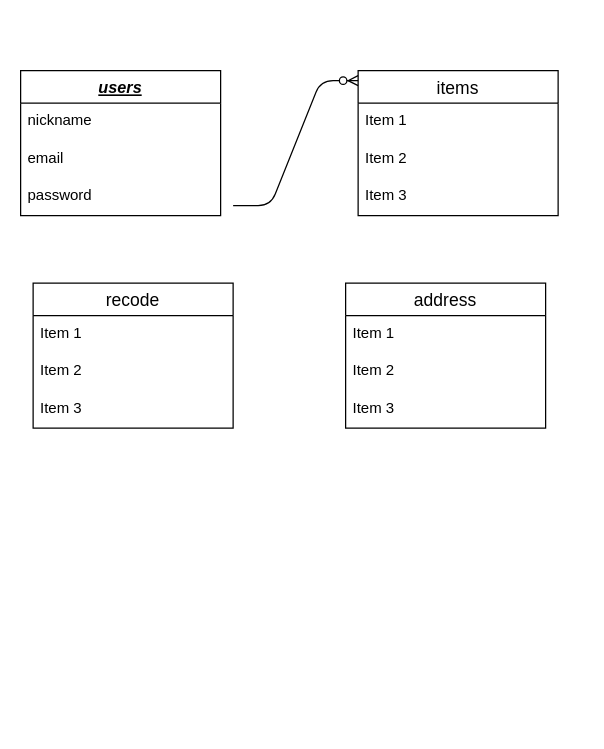
Above: test.dio in soka50/furima-28218 (draw.io), before the change. Source tidied: cells renumbered, new cells numbered last; positions are measured from the earlier drawing's top-left corner, leaving out a move shared by most shapes. Both pictures are drawn from the tidied source at 125%, with x=0, y=0 at pixel (20, 70).
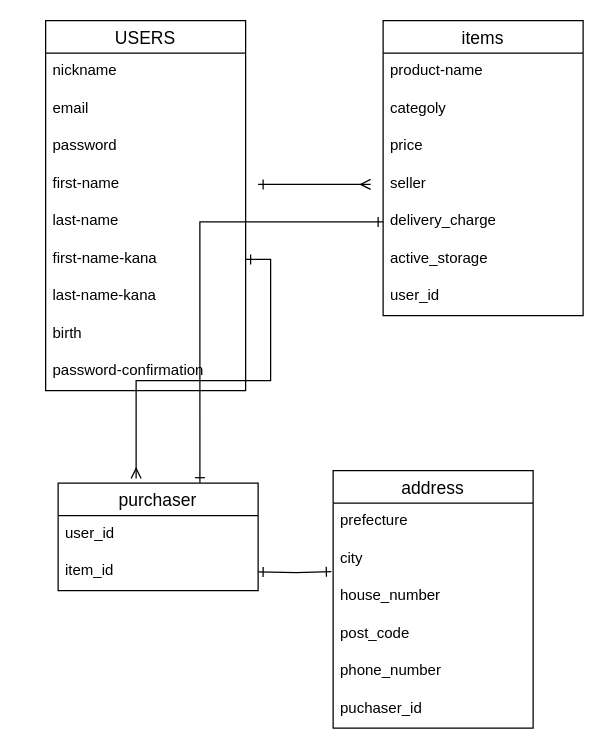
The same diagram, later.

Commit message (it also covers changes not shown here):
READMEにテーブル情報を記述

Diff of the diagram source:
```diff
@@
-    <mxCell id="2" value="users" style="swimlane;fontStyle=7;horizontal=1;startSize=26;align=center;fontSize=13;" parent="1" vertex="1">
-      <mxGeometry width="160" height="116" as="geometry" />
-    </mxCell>
+    <mxCell id="19" value="USERS" style="swimlane;fontStyle=0;horizontal=1;startSize=26;align=center;fontSize=14;" parent="1" vertex="1">
+      <mxGeometry x="20" y="-40" width="160" height="296" as="geometry" />
+    </mxCell>
-    <mxCell id="3" value="nickname" style="text;strokeColor=none;fillColor=none;spacingLeft=4;spacingRight=4;overflow=hidden;fontSize=12;" parent="2" vertex="1">
+    <mxCell id="3" value="nickname&#10;" style="text;strokeColor=none;fillColor=none;spacingLeft=4;spacingRight=4;overflow=hidden;fontSize=12;" parent="19" vertex="1">
       <mxGeometry y="26" width="160" height="30" as="geometry" />
     </mxCell>
-    <mxCell id="4" value="email" style="text;strokeColor=none;fillColor=none;spacingLeft=4;spacingRight=4;overflow=hidden;fontSize=12;" parent="2" vertex="1">
+    <mxCell id="4" value="email" style="text;strokeColor=none;fillColor=none;spacingLeft=4;spacingRight=4;overflow=hidden;fontSize=12;" parent="19" vertex="1">
       <mxGeometry y="56" width="160" height="30" as="geometry" />
     </mxCell>
-    <mxCell id="5" value="password" style="text;strokeColor=none;fillColor=none;spacingLeft=4;spacingRight=4;overflow=hidden;fontSize=12;" parent="2" vertex="1">
+    <mxCell id="5" value="password" style="text;strokeColor=none;fillColor=none;spacingLeft=4;spacingRight=4;overflow=hidden;fontSize=12;" parent="19" vertex="1">
       <mxGeometry y="86" width="160" height="30" as="geometry" />
     </mxCell>
-    <mxCell id="6" value="recode" style="swimlane;fontStyle=0;horizontal=1;startSize=26;align=center;fontSize=14;" parent="1" vertex="1">
-      <mxGeometry x="10" y="170" width="160" height="116" as="geometry" />
-    </mxCell>
-    <mxCell id="7" value="Item 1" style="text;strokeColor=none;fillColor=none;spacingLeft=4;spacingRight=4;overflow=hidden;fontSize=12;" parent="6" vertex="1">
-      <mxGeometry y="26" width="160" height="30" as="geometry" />
-    </mxCell>
-    <mxCell id="8" value="Item 2" style="text;strokeColor=none;fillColor=none;spacingLeft=4;spacingRight=4;overflow=hidden;fontSize=12;" parent="6" vertex="1">
-      <mxGeometry y="56" width="160" height="30" as="geometry" />
-    </mxCell>
-    <mxCell id="9" value="Item 3" style="text;strokeColor=none;fillColor=none;spacingLeft=4;spacingRight=4;overflow=hidden;fontSize=12;" parent="6" vertex="1">
-      <mxGeometry y="86" width="160" height="30" as="geometry" />
-    </mxCell>
+    <mxCell id="20" value="first-name" style="text;strokeColor=none;fillColor=none;spacingLeft=4;spacingRight=4;overflow=hidden;fontSize=12;" parent="19" vertex="1">
+      <mxGeometry y="116" width="160" height="30" as="geometry" />
+    </mxCell>
+    <mxCell id="21" value="last-name" style="text;strokeColor=none;fillColor=none;spacingLeft=4;spacingRight=4;overflow=hidden;fontSize=12;" parent="19" vertex="1">
+      <mxGeometry y="146" width="160" height="30" as="geometry" />
+    </mxCell>
+    <mxCell id="22" value="first-name-kana" style="text;strokeColor=none;fillColor=none;spacingLeft=4;spacingRight=4;overflow=hidden;points=[[0,0.5],[1,0.5]];portConstraint=eastwest;fontSize=12;" parent="19" vertex="1">
+      <mxGeometry y="176" width="160" height="30" as="geometry" />
+    </mxCell>
+    <mxCell id="23" value="last-name-kana" style="text;strokeColor=none;fillColor=none;spacingLeft=4;spacingRight=4;overflow=hidden;fontSize=12;" parent="19" vertex="1">
+      <mxGeometry y="206" width="160" height="30" as="geometry" />
+    </mxCell>
+    <mxCell id="24" value="birth" style="text;strokeColor=none;fillColor=none;spacingLeft=4;spacingRight=4;overflow=hidden;fontSize=12;" parent="19" vertex="1">
+      <mxGeometry y="236" width="160" height="30" as="geometry" />
+    </mxCell>
+    <mxCell id="25" value="password-confirmation" style="text;strokeColor=none;fillColor=none;spacingLeft=4;spacingRight=4;overflow=hidden;fontSize=12;" parent="19" vertex="1">
+      <mxGeometry y="266" width="160" height="30" as="geometry" />
+    </mxCell>
+    <mxCell id="14" value="items" style="swimlane;fontStyle=0;horizontal=1;startSize=26;align=center;fontSize=14;" parent="1" vertex="1">
+      <mxGeometry x="290" y="-40" width="160" height="236" as="geometry" />
+    </mxCell>
+    <mxCell id="26" value="product-name" style="text;strokeColor=none;fillColor=none;spacingLeft=4;spacingRight=4;overflow=hidden;fontSize=12;" parent="14" vertex="1">
+      <mxGeometry y="26" width="160" height="30" as="geometry" />
+    </mxCell>
+    <mxCell id="27" value="categoly" style="text;strokeColor=none;fillColor=none;spacingLeft=4;spacingRight=4;overflow=hidden;fontSize=12;" parent="14" vertex="1">
+      <mxGeometry y="56" width="160" height="30" as="geometry" />
+    </mxCell>
+    <mxCell id="28" value="price" style="text;strokeColor=none;fillColor=none;spacingLeft=4;spacingRight=4;overflow=hidden;fontSize=12;" parent="14" vertex="1">
+      <mxGeometry y="86" width="160" height="30" as="geometry" />
+    </mxCell>
+    <mxCell id="29" value="seller" style="text;strokeColor=none;fillColor=none;spacingLeft=4;spacingRight=4;overflow=hidden;fontSize=12;" parent="14" vertex="1">
+      <mxGeometry y="116" width="160" height="30" as="geometry" />
+    </mxCell>
+    <mxCell id="30" value="delivery_charge" style="text;strokeColor=none;fillColor=none;spacingLeft=4;spacingRight=4;overflow=hidden;points=[[0,0.5],[1,0.5]];portConstraint=eastwest;fontSize=12;" parent="14" vertex="1">
+      <mxGeometry y="146" width="160" height="30" as="geometry" />
+    </mxCell>
+    <mxCell id="31" value="active_storage" style="text;strokeColor=none;fillColor=none;spacingLeft=4;spacingRight=4;overflow=hidden;fontSize=12;" parent="14" vertex="1">
+      <mxGeometry y="176" width="160" height="30" as="geometry" />
+    </mxCell>
+    <mxCell id="32" value="user_id" style="text;strokeColor=none;fillColor=none;spacingLeft=4;spacingRight=4;overflow=hidden;fontSize=12;" parent="14" vertex="1">
+      <mxGeometry y="206" width="160" height="30" as="geometry" />
+    </mxCell>
+    <mxCell id="33" value="purchaser" style="swimlane;fontStyle=0;horizontal=1;startSize=26;align=center;fontSize=14;" parent="1" vertex="1">
+      <mxGeometry x="30" y="330" width="160" height="86" as="geometry" />
+    </mxCell>
+    <mxCell id="34" value="user_id" style="text;strokeColor=none;fillColor=none;spacingLeft=4;spacingRight=4;overflow=hidden;fontSize=12;" parent="33" vertex="1">
+      <mxGeometry y="26" width="160" height="30" as="geometry" />
+    </mxCell>
+    <mxCell id="35" value="item_id" style="text;strokeColor=none;fillColor=none;spacingLeft=4;spacingRight=4;overflow=hidden;fontSize=12;" parent="33" vertex="1">
+      <mxGeometry y="56" width="160" height="30" as="geometry" />
+    </mxCell>
     <mxCell id="10" value="address" style="swimlane;fontStyle=0;horizontal=1;startSize=26;align=center;fontSize=14;" parent="1" vertex="1">
-      <mxGeometry x="260" y="170" width="160" height="116" as="geometry" />
+      <mxGeometry x="250" y="320" width="160" height="206" as="geometry" />
     </mxCell>
-    <mxCell id="11" value="Item 1" style="text;strokeColor=none;fillColor=none;spacingLeft=4;spacingRight=4;overflow=hidden;fontSize=12;" parent="10" vertex="1">
-      <mxGeometry y="26" width="160" height="30" as="geometry" />
-    </mxCell>
-    <mxCell id="12" value="Item 2" style="text;strokeColor=none;fillColor=none;spacingLeft=4;spacingRight=4;overflow=hidden;fontSize=12;" parent="10" vertex="1">
-      <mxGeometry y="56" width="160" height="30" as="geometry" />
-    </mxCell>
-    <mxCell id="13" value="Item 3" style="text;strokeColor=none;fillColor=none;spacingLeft=4;spacingRight=4;overflow=hidden;fontSize=12;" parent="10" vertex="1">
-      <mxGeometry y="86" width="160" height="30" as="geometry" />
-    </mxCell>
-    <mxCell id="14" value="items" style="swimlane;fontStyle=0;horizontal=1;startSize=26;align=center;fontSize=14;" parent="1" vertex="1">
-      <mxGeometry x="270" width="160" height="116" as="geometry" />
-    </mxCell>
-    <mxCell id="15" value="Item 1" style="text;strokeColor=none;fillColor=none;spacingLeft=4;spacingRight=4;overflow=hidden;fontSize=12;" parent="14" vertex="1">
-      <mxGeometry y="26" width="160" height="30" as="geometry" />
-    </mxCell>
-    <mxCell id="16" value="Item 2" style="text;strokeColor=none;fillColor=none;spacingLeft=4;spacingRight=4;overflow=hidden;fontSize=12;" parent="14" vertex="1">
-      <mxGeometry y="56" width="160" height="30" as="geometry" />
-    </mxCell>
-    <mxCell id="17" value="Item 3" style="text;strokeColor=none;fillColor=none;spacingLeft=4;spacingRight=4;overflow=hidden;fontSize=12;" parent="14" vertex="1">
-      <mxGeometry y="86" width="160" height="30" as="geometry" />
-    </mxCell>
-    <mxCell id="18" style="edgeStyle=entityRelationEdgeStyle;fontSize=12;html=1;endArrow=ERzeroToMany;endFill=1;" parent="1" edge="1">
-      <mxGeometry relative="1" as="geometry">
-        <mxPoint x="170" y="108" as="sourcePoint" />
-        <mxPoint x="270" y="8" as="targetPoint" />
-      </mxGeometry>
-    </mxCell>
+    <mxCell id="36" value="prefecture" style="text;strokeColor=none;fillColor=none;spacingLeft=4;spacingRight=4;overflow=hidden;fontSize=12;" parent="10" vertex="1">
+      <mxGeometry y="26" width="160" height="30" as="geometry" />
+    </mxCell>
+    <mxCell id="37" value="city" style="text;strokeColor=none;fillColor=none;spacingLeft=4;spacingRight=4;overflow=hidden;points=[[0,0.5],[1,0.5]];portConstraint=eastwest;fontSize=12;" parent="10" vertex="1">
+      <mxGeometry y="56" width="160" height="30" as="geometry" />
+    </mxCell>
+    <mxCell id="38" value="house_number" style="text;strokeColor=none;fillColor=none;spacingLeft=4;spacingRight=4;overflow=hidden;fontSize=12;" parent="10" vertex="1">
+      <mxGeometry y="86" width="160" height="30" as="geometry" />
+    </mxCell>
+    <mxCell id="39" value="post_code" style="text;strokeColor=none;fillColor=none;spacingLeft=4;spacingRight=4;overflow=hidden;fontSize=12;" parent="10" vertex="1">
+      <mxGeometry y="116" width="160" height="30" as="geometry" />
+    </mxCell>
+    <mxCell id="40" value="phone_number" style="text;strokeColor=none;fillColor=none;spacingLeft=4;spacingRight=4;overflow=hidden;fontSize=12;" parent="10" vertex="1">
+      <mxGeometry y="146" width="160" height="30" as="geometry" />
+    </mxCell>
+    <mxCell id="41" value="puchaser_id" style="text;strokeColor=none;fillColor=none;spacingLeft=4;spacingRight=4;overflow=hidden;fontSize=12;" parent="10" vertex="1">
+      <mxGeometry y="176" width="160" height="30" as="geometry" />
+    </mxCell>
+    <mxCell id="42" style="edgeStyle=orthogonalEdgeStyle;rounded=0;orthogonalLoop=1;jettySize=auto;html=1;exitX=1;exitY=0.5;exitDx=0;exitDy=0;startArrow=ERone;startFill=0;endArrow=ERmany;endFill=0;" parent="1" edge="1">
+      <mxGeometry relative="1" as="geometry">
+        <mxPoint x="190" y="91" as="sourcePoint" />
+        <mxPoint x="280" y="91" as="targetPoint" />
+      </mxGeometry>
+    </mxCell>
+    <mxCell id="43" style="edgeStyle=orthogonalEdgeStyle;rounded=0;jettySize=auto;html=1;entryX=0.709;entryY=-0.004;entryDx=0;entryDy=0;entryPerimeter=0;startArrow=ERone;startFill=0;endArrow=ERone;endFill=0;" parent="1" edge="1" source="30" target="33">
+      <mxGeometry relative="1" as="geometry" />
+    </mxCell>
+    <mxCell id="44" style="edgeStyle=orthogonalEdgeStyle;rounded=0;jettySize=auto;html=1;exitX=1;exitY=0.5;exitDx=0;exitDy=0;entryX=-0.009;entryY=0.828;entryDx=0;entryDy=0;entryPerimeter=0;startArrow=ERone;startFill=0;endArrow=ERone;endFill=0;" parent="1" edge="1" target="37">
+      <mxGeometry relative="1" as="geometry">
+        <mxPoint x="190" y="401" as="sourcePoint" />
+      </mxGeometry>
+    </mxCell>
+    <mxCell id="45" style="edgeStyle=orthogonalEdgeStyle;rounded=0;jettySize=auto;html=1;exitX=1;exitY=0.5;exitDx=0;exitDy=0;entryX=0.39;entryY=-0.043;entryDx=0;entryDy=0;entryPerimeter=0;startArrow=ERone;startFill=0;endArrow=ERmany;endFill=0;" parent="1" edge="1" source="22" target="33">
+      <mxGeometry relative="1" as="geometry" />
+    </mxCell>
```
